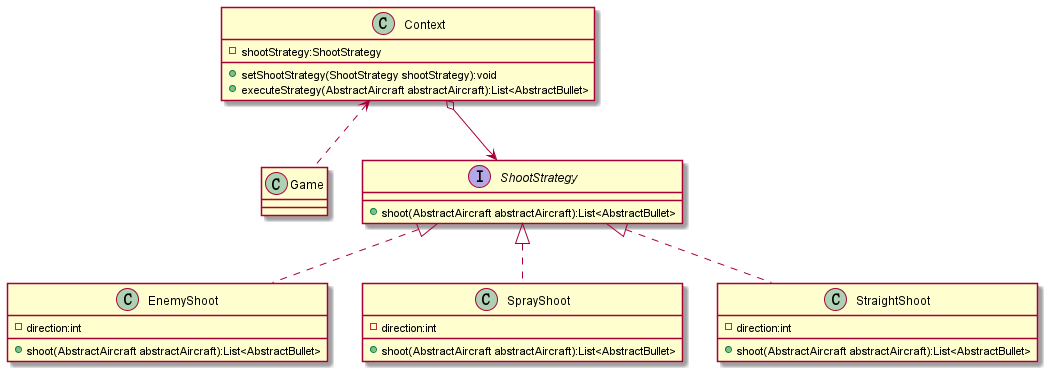
The PlantUML diagram uml/exp5_strategy.png in zsdliang/AircraftWar-base, before a commit.
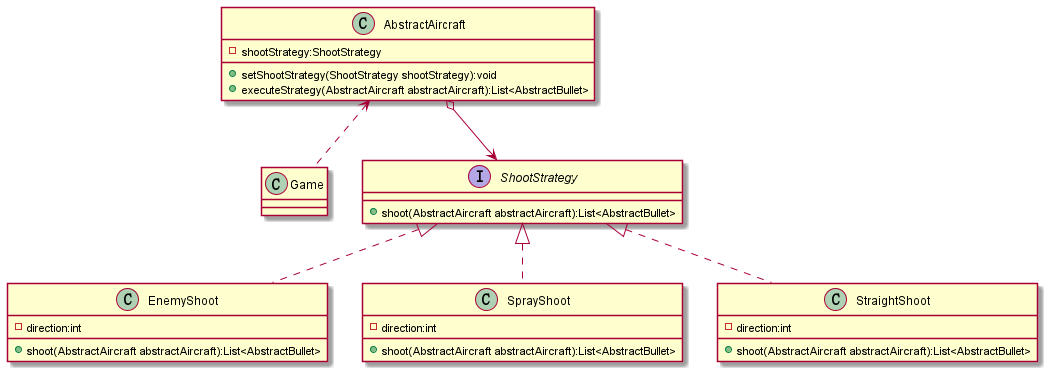
After the change.

Diff of the diagram source:
```diff
@@ -1,7 +1,7 @@
 @startuml
 class Game {
 }
-class Context {
+class AbstractAircraft {
     -shootStrategy:ShootStrategy
     +setShootStrategy(ShootStrategy shootStrategy):void
     +executeStrategy(AbstractAircraft abstractAircraft):List<AbstractBullet>
@@ -23,8 +23,8 @@
     -direction:int
     +shoot(AbstractAircraft abstractAircraft):List<AbstractBullet>
 }
-Context <.. Game
-Context o--> ShootStrategy
+AbstractAircraft <.. Game
+AbstractAircraft o--> ShootStrategy
 ShootStrategy <|.. EnemyShoot
 ShootStrategy <|.. SprayShoot
 ShootStrategy <|.. StraightShoot
```
